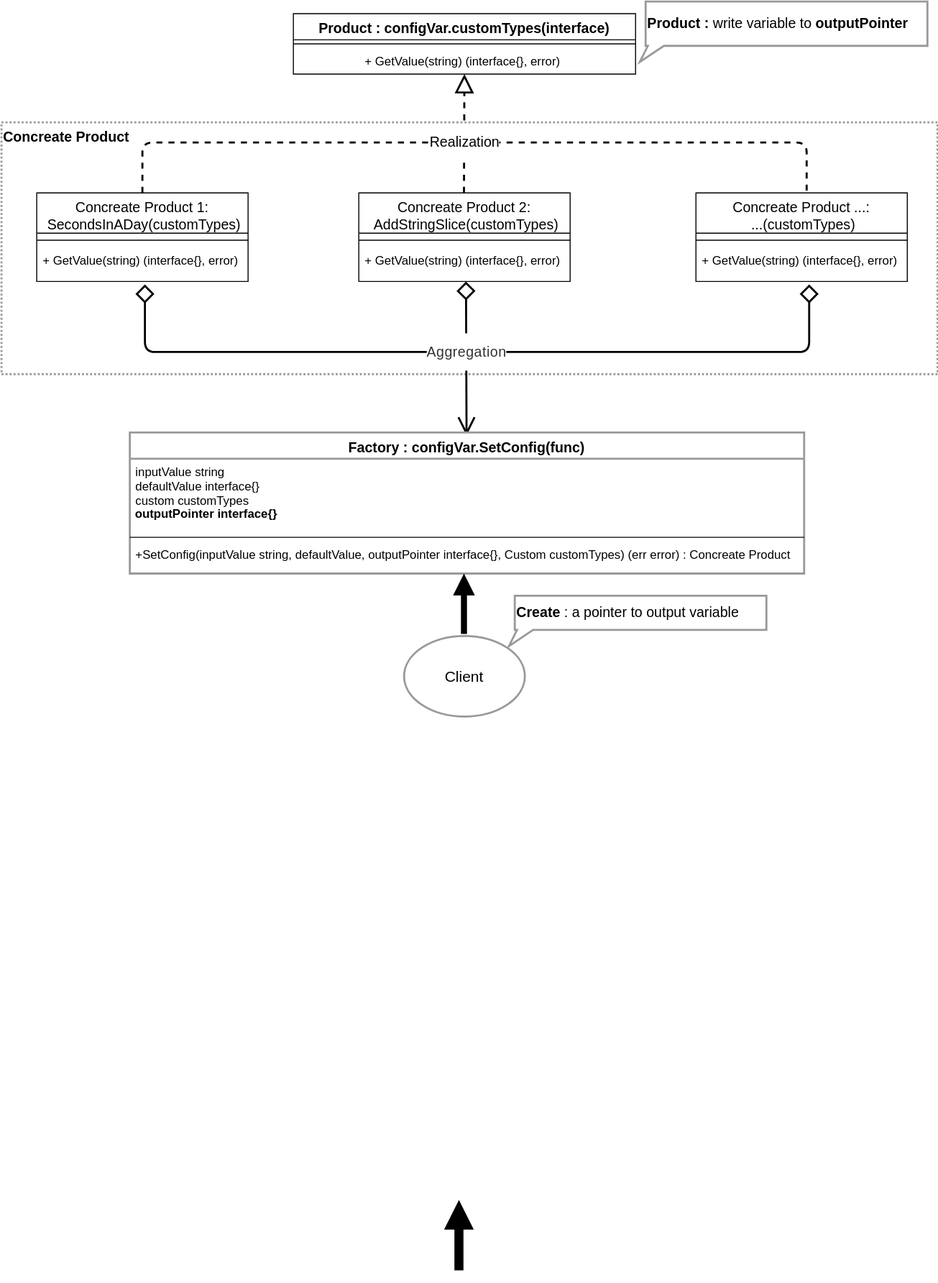
Above: diagram.svg in DukeHuangWP/GoExample-ConfigToVariable_SimpleFactory (draw.io), before the change. Source tidied: cells renumbered, new cells last; positions are measured from the earlier drawing's top-left corner, leaving out a move shared by most shapes.
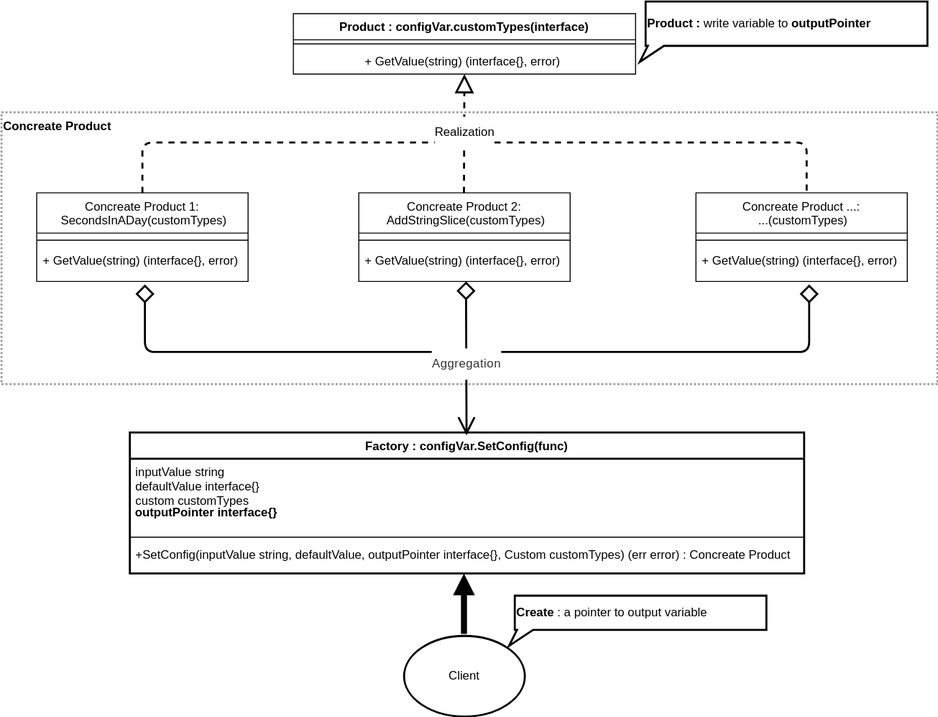
Above is the later version.

Change to the diagram source:
```diff
@@ -2,28 +2,28 @@
   <root>
     <mxCell id="0" />
     <mxCell id="1" parent="0" />
-    <mxCell id="2" value="&lt;b&gt;Concreate&lt;/b&gt;&lt;b&gt;&amp;nbsp;&lt;/b&gt;&lt;span style=&quot;font-weight: 700 ; text-align: center&quot;&gt;Product&lt;/span&gt;" style="rounded=0;whiteSpace=wrap;html=1;dashed=1;fontSize=14;align=left;strokeWidth=2;fillColor=none;verticalAlign=top;dashPattern=1 1;glass=0;shadow=0;sketch=0;strokeColor=#999999;" parent="1" vertex="1">
-      <mxGeometry y="120" width="930" height="250" as="geometry" />
+    <mxCell id="2" value="&lt;b style=&quot;font-size: 12px;&quot;&gt;Concreate&lt;/b&gt;&lt;b style=&quot;font-size: 12px;&quot;&gt;&amp;nbsp;&lt;/b&gt;&lt;span style=&quot;font-weight: 700; text-align: center; font-size: 12px;&quot;&gt;Product&lt;/span&gt;" style="rounded=0;whiteSpace=wrap;html=1;dashed=1;fontSize=12;align=left;strokeWidth=2;fillColor=none;verticalAlign=top;dashPattern=1 1;glass=0;shadow=0;sketch=0;strokeColor=#999999;" parent="1" vertex="1">
+      <mxGeometry y="110" width="930" height="270" as="geometry" />
     </mxCell>
-    <mxCell id="3" value="Product : configVar.customTypes(interface)" style="swimlane;fontStyle=1;align=center;verticalAlign=top;horizontal=1;startSize=26;fontSize=14;fillColor=none;" parent="1" vertex="1">
+    <mxCell id="3" value="Product : configVar.customTypes(interface)" style="swimlane;fontStyle=1;align=center;verticalAlign=top;horizontal=1;startSize=26;fontSize=12;fillColor=none;" parent="1" vertex="1">
       <mxGeometry x="290" y="12" width="340" height="60" as="geometry" />
     </mxCell>
-    <mxCell id="4" style="line;strokeWidth=1;fillColor=none;align=left;verticalAlign=middle;spacingTop=-1;spacingLeft=3;spacingRight=3;labelPosition=right;" parent="3" vertex="1">
+    <mxCell id="4" style="line;strokeWidth=1;fillColor=none;align=left;verticalAlign=middle;spacingTop=-1;spacingLeft=3;spacingRight=3;labelPosition=right;fontSize=12;" parent="3" vertex="1">
       <mxGeometry y="26" width="340" height="8" as="geometry" />
     </mxCell>
-    <mxCell id="5" value="+ GetValue(string) (interface{}, error) " style="text;fillColor=none;align=center;verticalAlign=top;spacingLeft=4;spacingRight=4;overflow=hidden;points=[[0,0.5],[1,0.5]];portConstraint=eastwest;" parent="3" vertex="1">
+    <mxCell id="5" value="+ GetValue(string) (interface{}, error) " style="text;fillColor=none;align=center;verticalAlign=top;spacingLeft=4;spacingRight=4;overflow=hidden;points=[[0,0.5],[1,0.5]];portConstraint=eastwest;fontSize=12;" parent="3" vertex="1">
       <mxGeometry y="34" width="340" height="26" as="geometry" />
     </mxCell>
-    <mxCell id="6" value="Concreate Product 1:&#10; SecondsInADay(customTypes)" style="swimlane;fontStyle=0;align=center;verticalAlign=top;horizontal=1;startSize=40;fontSize=14;fillColor=none;" parent="1" vertex="1">
+    <mxCell id="6" value="Concreate Product 1:&#10; SecondsInADay(customTypes)" style="swimlane;fontStyle=0;align=center;verticalAlign=top;horizontal=1;startSize=40;fontSize=12;fillColor=none;" parent="1" vertex="1">
       <mxGeometry x="35" y="190" width="210" height="88" as="geometry" />
     </mxCell>
-    <mxCell id="7" style="line;strokeWidth=1;fillColor=none;align=left;verticalAlign=middle;spacingTop=-1;spacingLeft=3;spacingRight=3;labelPosition=right;" parent="6" vertex="1">
+    <mxCell id="7" style="line;strokeWidth=1;fillColor=none;align=left;verticalAlign=middle;spacingTop=-1;spacingLeft=3;spacingRight=3;labelPosition=right;fontSize=12;" parent="6" vertex="1">
       <mxGeometry y="40" width="210" height="14" as="geometry" />
     </mxCell>
-    <mxCell id="8" value="+ GetValue(string) (interface{}, error) " style="text;fillColor=none;align=center;verticalAlign=top;spacingLeft=4;spacingRight=4;overflow=hidden;" parent="6" vertex="1">
+    <mxCell id="8" value="+ GetValue(string) (interface{}, error) " style="text;fillColor=none;align=center;verticalAlign=top;spacingLeft=4;spacingRight=4;overflow=hidden;fontSize=12;" parent="6" vertex="1">
       <mxGeometry y="54" width="210" height="34" as="geometry" />
     </mxCell>
-    <mxCell id="9" style="endArrow=none;html=1;strokeWidth=2;fontSize=14;entryX=0.5;entryY=0;entryDx=0;entryDy=0;exitX=0.5;exitY=0;exitDx=0;exitDy=0;fillColor=none;dashed=1;" parent="1" edge="1" source="6">
+    <mxCell id="9" style="endArrow=none;html=1;strokeWidth=2;fontSize=12;entryX=0.5;entryY=0;entryDx=0;entryDy=0;exitX=0.5;exitY=0;exitDx=0;exitDy=0;fillColor=none;dashed=1;" parent="1" edge="1" source="6">
       <mxGeometry relative="1" as="geometry">
         <mxPoint x="800" y="190" as="targetPoint" />
         <Array as="points">
@@ -32,12 +32,12 @@
         </Array>
       </mxGeometry>
     </mxCell>
-    <mxCell id="10" value="&lt;p style=&quot;line-height: 60%&quot;&gt;Realization&lt;/p&gt;" style="endArrow=block;endFill=0;endSize=14;html=1;shadow=0;strokeWidth=2;fontSize=14;fillColor=none;dashed=1;" parent="1" edge="1" target="5">
-      <mxGeometry x="-0.15" relative="1" as="geometry">
+    <mxCell id="10" value="&lt;p style=&quot;line-height: 60%; font-size: 12px;&quot;&gt;Realization&lt;/p&gt;" style="endArrow=block;endFill=0;endSize=14;html=1;shadow=0;strokeWidth=2;fontSize=12;fillColor=none;dashed=1;" parent="1" edge="1" target="5">
+      <mxGeometry x="0.02" relative="1" as="geometry">
         <mxPoint x="459.5" y="190" as="sourcePoint" />
       </mxGeometry>
     </mxCell>
-    <mxCell id="11" style="endArrow=diamond;html=1;strokeWidth=2;fontSize=14;exitX=0.5;exitY=1.147;exitDx=0;exitDy=0;fillColor=none;endFill=0;endSize=14;startSize=14;startArrow=diamond;startFill=0;exitPerimeter=0;" parent="1" edge="1">
+    <mxCell id="11" style="endArrow=diamond;html=1;strokeWidth=2;fontSize=12;exitX=0.5;exitY=1.147;exitDx=0;exitDy=0;fillColor=none;endFill=0;endSize=14;startSize=14;startArrow=diamond;startFill=0;exitPerimeter=0;" parent="1" edge="1">
       <mxGeometry relative="1" as="geometry">
         <mxPoint x="142.5" y="281" as="sourcePoint" />
         <mxPoint x="802.5" y="281" as="targetPoint" />
@@ -48,64 +48,58 @@
         </Array>
       </mxGeometry>
     </mxCell>
-    <mxCell id="12" value="Concreate Product 2:&#10; AddStringSlice(customTypes)" style="swimlane;fontStyle=0;align=center;verticalAlign=top;horizontal=1;startSize=40;fontSize=14;fillColor=none;" parent="1" vertex="1">
+    <mxCell id="12" value="Concreate Product 2:&#10; AddStringSlice(customTypes)" style="swimlane;fontStyle=0;align=center;verticalAlign=top;horizontal=1;startSize=40;fontSize=12;fillColor=none;" parent="1" vertex="1">
       <mxGeometry x="355" y="190" width="210" height="88" as="geometry" />
     </mxCell>
-    <mxCell id="13" style="line;strokeWidth=1;fillColor=none;align=left;verticalAlign=middle;spacingTop=-1;spacingLeft=3;spacingRight=3;labelPosition=right;" parent="12" vertex="1">
+    <mxCell id="13" style="line;strokeWidth=1;fillColor=none;align=left;verticalAlign=middle;spacingTop=-1;spacingLeft=3;spacingRight=3;labelPosition=right;fontSize=12;" parent="12" vertex="1">
       <mxGeometry y="40" width="210" height="14" as="geometry" />
     </mxCell>
-    <mxCell id="14" value="+ GetValue(string) (interface{}, error) " style="text;fillColor=none;align=center;verticalAlign=top;spacingLeft=4;spacingRight=4;overflow=hidden;" parent="12" vertex="1">
+    <mxCell id="14" value="+ GetValue(string) (interface{}, error) " style="text;fillColor=none;align=center;verticalAlign=top;spacingLeft=4;spacingRight=4;overflow=hidden;fontSize=12;" parent="12" vertex="1">
       <mxGeometry y="54" width="210" height="34" as="geometry" />
     </mxCell>
-    <mxCell id="15" value="Concreate Product ...:&#10; ...(customTypes)" style="swimlane;fontStyle=0;align=center;verticalAlign=top;horizontal=1;startSize=40;fontSize=14;fillColor=none;" parent="1" vertex="1">
+    <mxCell id="15" value="Concreate Product ...:&#10; ...(customTypes)" style="swimlane;fontStyle=0;align=center;verticalAlign=top;horizontal=1;startSize=40;fontSize=12;fillColor=none;" parent="1" vertex="1">
       <mxGeometry x="690" y="190" width="210" height="88" as="geometry" />
     </mxCell>
-    <mxCell id="16" style="line;strokeWidth=1;fillColor=none;align=left;verticalAlign=middle;spacingTop=-1;spacingLeft=3;spacingRight=3;labelPosition=right;" parent="15" vertex="1">
+    <mxCell id="16" style="line;strokeWidth=1;fillColor=none;align=left;verticalAlign=middle;spacingTop=-1;spacingLeft=3;spacingRight=3;labelPosition=right;fontSize=12;" parent="15" vertex="1">
       <mxGeometry y="40" width="210" height="14" as="geometry" />
     </mxCell>
-    <mxCell id="17" value="+ GetValue(string) (interface{}, error) " style="text;fillColor=none;align=center;verticalAlign=top;spacingLeft=4;spacingRight=4;overflow=hidden;" parent="15" vertex="1">
+    <mxCell id="17" value="+ GetValue(string) (interface{}, error) " style="text;fillColor=none;align=center;verticalAlign=top;spacingLeft=4;spacingRight=4;overflow=hidden;fontSize=12;" parent="15" vertex="1">
       <mxGeometry y="54" width="210" height="34" as="geometry" />
     </mxCell>
-    <mxCell id="18" value="&lt;font style=&quot;font-size: 15px&quot;&gt;Client&lt;/font&gt;" style="ellipse;whiteSpace=wrap;html=1;strokeColor=#999999;strokeWidth=2;" parent="1" vertex="1">
+    <mxCell id="18" value="&lt;font style=&quot;font-size: 12px;&quot;&gt;Client&lt;/font&gt;" style="ellipse;whiteSpace=wrap;html=1;strokeWidth=2;fontSize=12;fillColor=none;" parent="1" vertex="1">
       <mxGeometry x="400" y="630" width="120" height="80" as="geometry" />
     </mxCell>
-    <mxCell id="19" value="&lt;p style=&quot;line-height: 60%&quot;&gt;&lt;span style=&quot;color: rgb(51 , 51 , 51) ; letter-spacing: 0.35px ; text-align: left&quot;&gt;&lt;font style=&quot;font-size: 14px&quot;&gt;Aggregation&lt;/font&gt;&lt;/span&gt;&lt;br&gt;&lt;/p&gt;" style="endArrow=diamond;endFill=0;endSize=14;html=1;shadow=0;strokeWidth=2;fontSize=14;fillColor=none;startArrow=open;startFill=0;startSize=14;" parent="1" edge="1">
-      <mxGeometry x="0.09" relative="1" as="geometry">
+    <mxCell id="19" value="&lt;p style=&quot;line-height: 60%; font-size: 12px;&quot;&gt;&lt;span style=&quot;color: rgb(51, 51, 51); letter-spacing: 0.35px; text-align: left; font-size: 12px;&quot;&gt;&lt;font style=&quot;font-size: 12px;&quot;&gt;Aggregation&lt;/font&gt;&lt;/span&gt;&lt;br style=&quot;font-size: 12px;&quot;&gt;&lt;/p&gt;" style="endArrow=diamond;endFill=0;endSize=14;html=1;shadow=0;strokeWidth=2;fontSize=12;fillColor=none;startArrow=open;startFill=0;startSize=14;" parent="1" edge="1">
+      <mxGeometry x="-0.07" relative="1" as="geometry">
         <mxPoint x="462.1" y="431" as="sourcePoint" />
         <mxPoint x="461.5" y="278" as="targetPoint" />
       </mxGeometry>
     </mxCell>
-    <mxCell id="20" style="endArrow=block;html=1;fontSize=14;endFill=1;strokeWidth=9;" parent="1" edge="1">
-      <mxGeometry relative="1" as="geometry">
-        <mxPoint x="454.5" y="1260" as="sourcePoint" />
-        <mxPoint x="454.5" y="1190" as="targetPoint" />
-      </mxGeometry>
-    </mxCell>
-    <mxCell id="21" value="Factory : configVar.SetConfig(func)" style="swimlane;fontStyle=1;align=center;verticalAlign=top;horizontal=1;startSize=26;strokeColor=#999999;strokeWidth=2;fontSize=14;" parent="1" vertex="1">
+    <mxCell id="21" value="Factory : configVar.SetConfig(func)" style="swimlane;fontStyle=1;align=center;verticalAlign=top;horizontal=1;startSize=26;strokeWidth=2;fontSize=12;fillColor=none;" parent="1" vertex="1">
       <mxGeometry x="127.5" y="428" width="670" height="140" as="geometry" />
     </mxCell>
-    <mxCell id="22" value="inputValue string&#10;defaultValue interface{}&#10;custom customTypes" style="text;strokeColor=none;fillColor=none;align=left;verticalAlign=top;spacingLeft=4;spacingRight=4;overflow=hidden;" parent="21" vertex="1">
+    <mxCell id="22" value="inputValue string&#10;defaultValue interface{}&#10;custom customTypes" style="text;fillColor=none;align=left;verticalAlign=top;spacingLeft=4;spacingRight=4;overflow=hidden;fontSize=12;" parent="21" vertex="1">
       <mxGeometry y="26" width="670" height="74" as="geometry" />
     </mxCell>
-    <mxCell id="23" style="line;strokeWidth=1;fillColor=none;align=left;verticalAlign=middle;spacingTop=-1;spacingLeft=3;spacingRight=3;labelPosition=right;" parent="21" vertex="1">
+    <mxCell id="23" style="line;strokeWidth=1;fillColor=none;align=left;verticalAlign=middle;spacingTop=-1;spacingLeft=3;spacingRight=3;labelPosition=right;fontSize=12;" parent="21" vertex="1">
       <mxGeometry y="100" width="670" height="8" as="geometry" />
     </mxCell>
-    <mxCell id="24" value="+SetConfig(inputValue string, defaultValue, outputPointer interface{}, Custom customTypes) (err error) : Concreate Product" style="text;strokeColor=none;fillColor=none;align=left;verticalAlign=top;spacingLeft=4;spacingRight=4;overflow=hidden;" parent="21" vertex="1">
+    <mxCell id="24" value="+SetConfig(inputValue string, defaultValue, outputPointer interface{}, Custom customTypes) (err error) : Concreate Product" style="text;fillColor=none;align=left;verticalAlign=top;spacingLeft=4;spacingRight=4;overflow=hidden;fontSize=12;" parent="21" vertex="1">
       <mxGeometry y="108" width="670" height="32" as="geometry" />
     </mxCell>
-    <mxCell id="25" style="endArrow=block;html=1;strokeWidth=6;fontSize=14;endFill=1;" parent="1" edge="1">
+    <mxCell id="25" style="endArrow=block;html=1;strokeWidth=6;fontSize=12;endFill=1;fillColor=none;" parent="1" edge="1">
       <mxGeometry relative="1" as="geometry">
         <mxPoint x="459.5" y="628" as="sourcePoint" />
         <mxPoint x="459.5" y="568" as="targetPoint" />
       </mxGeometry>
     </mxCell>
-    <mxCell id="26" value="&lt;font style=&quot;font-size: 14px&quot;&gt;&lt;span style=&quot;font-weight: 700 ; text-align: center&quot;&gt;Product :&amp;nbsp;&lt;/span&gt;write variable&amp;nbsp;to &lt;b&gt;outputPointer&lt;/b&gt;&amp;nbsp;&lt;/font&gt;" style="whiteSpace=wrap;html=1;shape=mxgraph.basic.rectCallout;dx=10.2;dy=16;boundedLbl=1;strokeColor=#999999;strokeWidth=2;fontSize=14;align=left;" parent="1" vertex="1">
+    <mxCell id="26" value="&lt;font style=&quot;font-size: 12px;&quot;&gt;&lt;span style=&quot;font-weight: 700; text-align: center; font-size: 12px;&quot;&gt;Product :&amp;nbsp;&lt;/span&gt;write variable&amp;nbsp;to &lt;b style=&quot;font-size: 12px;&quot;&gt;outputPointer&lt;/b&gt;&amp;nbsp;&lt;/font&gt;" style="whiteSpace=wrap;html=1;shape=mxgraph.basic.rectCallout;dx=10.2;dy=16;boundedLbl=1;strokeWidth=2;fontSize=12;align=left;fillColor=none;" parent="1" vertex="1">
       <mxGeometry x="640" width="280" height="60" as="geometry" />
     </mxCell>
-    <mxCell id="27" value="&lt;span&gt;&lt;b&gt;Create &lt;/b&gt;: a pointer to output variable&lt;/span&gt;" style="whiteSpace=wrap;html=1;shape=mxgraph.basic.rectCallout;dx=10.2;dy=16;boundedLbl=1;strokeColor=#999999;strokeWidth=2;fontSize=14;align=left;" parent="1" vertex="1">
+    <mxCell id="27" value="&lt;span style=&quot;font-size: 12px;&quot;&gt;&lt;b style=&quot;font-size: 12px;&quot;&gt;Create &lt;/b&gt;: a pointer to output variable&lt;/span&gt;" style="whiteSpace=wrap;html=1;shape=mxgraph.basic.rectCallout;dx=10.2;dy=16;boundedLbl=1;strokeWidth=2;fontSize=12;align=left;fillColor=none;" parent="1" vertex="1">
       <mxGeometry x="510" y="590" width="250" height="50" as="geometry" />
     </mxCell>
-    <mxCell id="28" value="&lt;span style=&quot;font-size: 12px;&quot;&gt;&lt;b&gt;outputPointer interface{}&lt;/b&gt;&lt;/span&gt;" style="text;html=1;strokeColor=none;fillColor=none;align=left;verticalAlign=middle;whiteSpace=wrap;rounded=0;fontSize=14;" parent="1" vertex="1">
+    <mxCell id="28" value="&lt;span style=&quot;font-size: 12px;&quot;&gt;&lt;b style=&quot;font-size: 12px;&quot;&gt;outputPointer interface{}&lt;/b&gt;&lt;/span&gt;" style="text;html=1;fillColor=none;align=left;verticalAlign=middle;whiteSpace=wrap;rounded=0;fontSize=12;" parent="1" vertex="1">
       <mxGeometry x="131" y="498" width="150" height="20" as="geometry" />
     </mxCell>
   </root>
```
